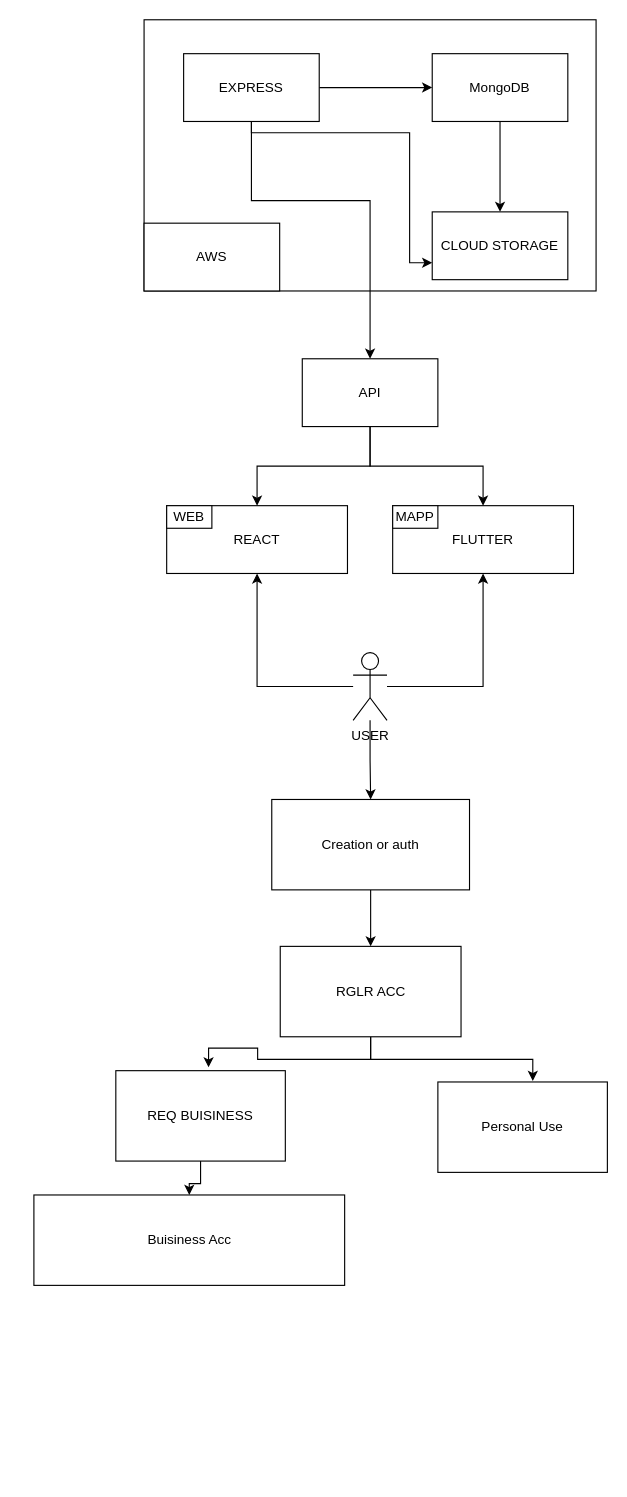
Earlier version of the draw.io diagram draw.io/Untitled Diagram.drawio (onlymachiavelli/draw.io). Source tidied: cells renumbered, new cells numbered last; positions are measured from the earlier drawing's top-left corner, leaving out a move shared by most shapes. Both pictures are drawn from the tidied source at 113%, with x=0, y=0 at pixel (34, 19).
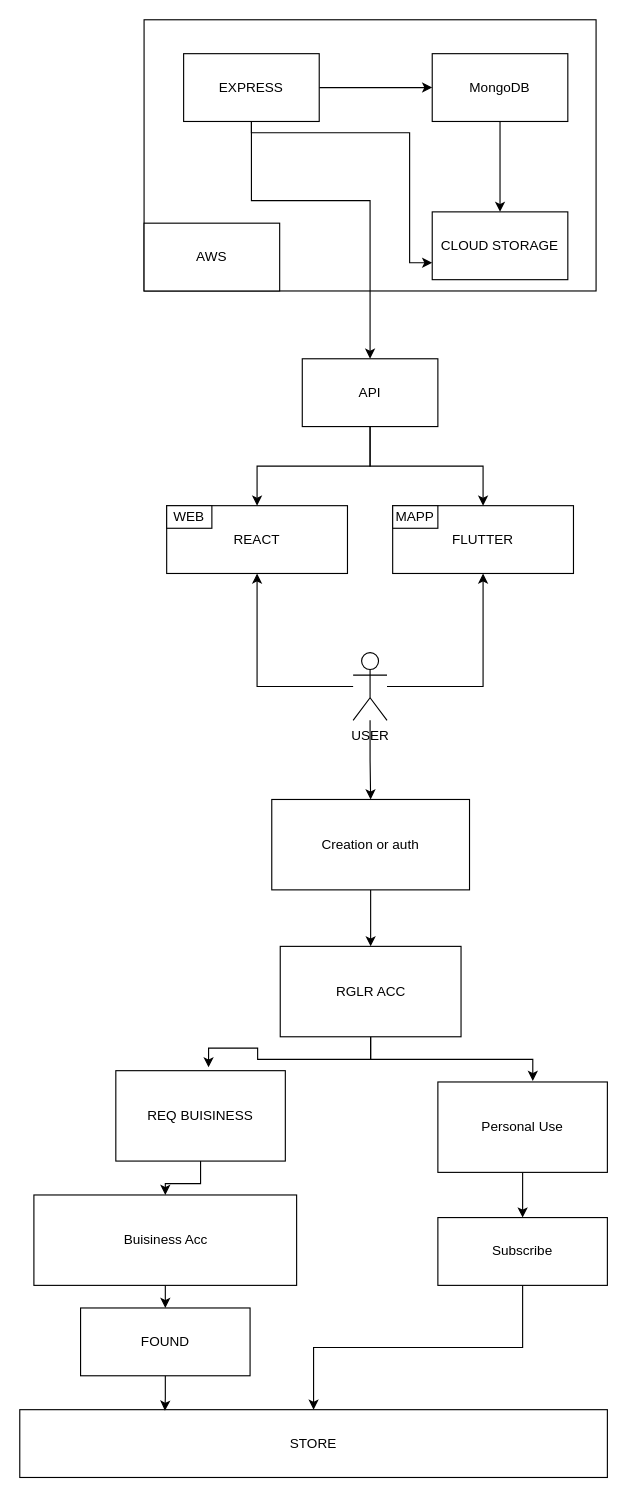
Above is the later version.

Commit message:
subs orfound

Unchanged cells that the change refers to:
```xml
<mxCell id="30" value="Personal Use" style="rounded=0;whiteSpace=wrap;html=1;" parent="1" vertex="1">
  <mxGeometry x="357" y="940" width="150" height="80" as="geometry" />
</mxCell>
```

The edit, as a diff of the source:
```diff
@@
+    <mxCell id="31" style="edgeStyle=orthogonalEdgeStyle;rounded=0;jettySize=auto;html=1;" parent="1" edge="1" source="27" target="37">
+      <mxGeometry relative="1" as="geometry" />
+    </mxCell>
     <mxCell id="27" value="Buisiness Acc" style="rounded=0;whiteSpace=wrap;html=1;" parent="1" vertex="1">
-      <mxGeometry x="-0.5" y="1040" width="275" height="80" as="geometry" />
+      <mxGeometry x="-0.5" y="1040" width="232.5" height="80" as="geometry" />
     </mxCell>
@@
+    <mxCell id="32" style="edgeStyle=orthogonalEdgeStyle;rounded=0;jettySize=auto;html=1;" parent="1" edge="1" source="30" target="35">
+      <mxGeometry relative="1" as="geometry" />
+    </mxCell>
@@
+    <mxCell id="33" value="STORE" style="rounded=0;whiteSpace=wrap;html=1;" parent="1" vertex="1">
+      <mxGeometry x="-13" y="1230" width="520" height="60" as="geometry" />
+    </mxCell>
+    <mxCell id="34" style="edgeStyle=orthogonalEdgeStyle;rounded=0;jettySize=auto;html=1;" parent="1" edge="1" source="35" target="33">
+      <mxGeometry relative="1" as="geometry" />
+    </mxCell>
+    <mxCell id="35" value="Subscribe" style="rounded=0;whiteSpace=wrap;html=1;" parent="1" vertex="1">
+      <mxGeometry x="357" y="1060" width="150" height="60" as="geometry" />
+    </mxCell>
+    <mxCell id="36" style="edgeStyle=orthogonalEdgeStyle;rounded=0;jettySize=auto;html=1;entryX=0.247;entryY=0.015;entryDx=0;entryDy=0;entryPerimeter=0;" parent="1" edge="1" source="37" target="33">
+      <mxGeometry relative="1" as="geometry" />
+    </mxCell>
+    <mxCell id="37" value="FOUND" style="rounded=0;whiteSpace=wrap;html=1;" parent="1" vertex="1">
+      <mxGeometry x="40.8" y="1140" width="150" height="60" as="geometry" />
+    </mxCell>
```
